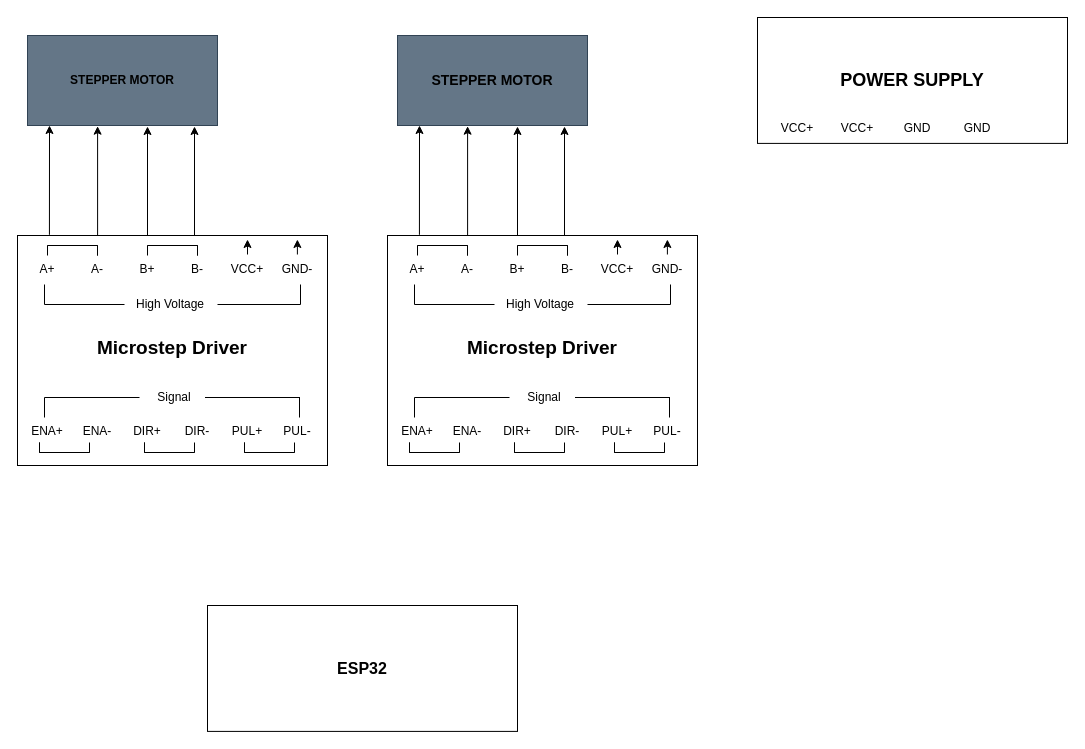
Earlier version of the draw.io diagram Stepper-Driver-Esp32 Circuit Diagram.drawio (DattBhatt/Draw.io). Source tidied: cells renumbered, new cells numbered last; positions are measured from the earlier drawing's top-left corner, leaving out a move shared by most shapes. Both pictures are drawn from the tidied source at 100%, with x=0, y=0 at pixel (17, 17).
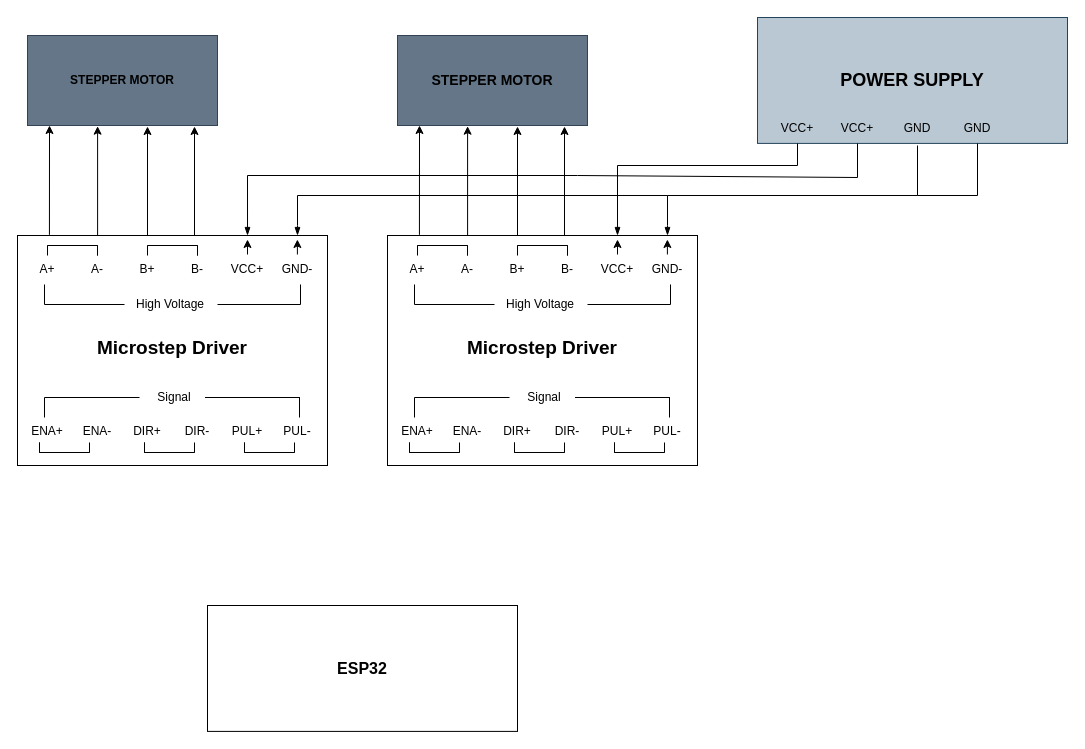
The same page after the edit.

The change refers to these unchanged cells:
```xml
<mxCell id="2" style="rounded=0;whiteSpace=wrap;html=1;fillColor=default;" parent="1" vertex="1">
  <mxGeometry y="218" width="310" height="230" as="geometry" />
</mxCell>
<mxCell id="73" style="rounded=0;whiteSpace=wrap;html=1;fillColor=default;" parent="1" vertex="1">
  <mxGeometry x="370" y="218" width="310" height="230" as="geometry" />
</mxCell>
<mxCell id="144" value="VCC+" style="text;html=1;align=center;verticalAlign=middle;whiteSpace=wrap;rounded=0;" parent="1" vertex="1">
  <mxGeometry x="750" y="96" width="60" height="30" as="geometry" />
</mxCell>
<mxCell id="145" value="VCC+" style="text;html=1;align=center;verticalAlign=middle;whiteSpace=wrap;rounded=0;" parent="1" vertex="1">
  <mxGeometry x="810" y="96" width="60" height="30" as="geometry" />
</mxCell>
<mxCell id="146" value="GND" style="text;html=1;align=center;verticalAlign=middle;whiteSpace=wrap;rounded=0;" parent="1" vertex="1">
  <mxGeometry x="930" y="96" width="60" height="30" as="geometry" />
</mxCell>
```

The edit, as a diff of the source:
```diff
@@
-    <mxCell id="143" value="&lt;font style=&quot;font-size: 18px;&quot;&gt;&lt;b style=&quot;&quot;&gt;POWER SUPPLY&lt;/b&gt;&lt;/font&gt;" style="rounded=0;whiteSpace=wrap;html=1;" parent="1" vertex="1">
+    <mxCell id="143" value="&lt;font style=&quot;font-size: 18px;&quot;&gt;&lt;b style=&quot;&quot;&gt;POWER SUPPLY&lt;/b&gt;&lt;/font&gt;" style="rounded=0;whiteSpace=wrap;html=1;fillColor=#bac8d3;strokeColor=#23445d;" parent="1" vertex="1">
       <mxGeometry x="740" width="310" height="125.9" as="geometry" />
     </mxCell>
@@
+    <mxCell id="148" style="endArrow=none;html=1;rounded=0;startArrow=blockThin;startFill=1;strokeColor=light-dark(#000000,#FF0000);exitX=0.742;exitY=0;exitDx=0;exitDy=0;exitPerimeter=0;" parent="1" edge="1" source="73">
+      <mxGeometry relative="1" as="geometry">
+        <mxPoint x="600" y="148" as="targetPoint" />
+        <Array as="points">
+          <mxPoint x="600" y="178" />
+        </Array>
+      </mxGeometry>
+    </mxCell>
+    <mxCell id="149" style="endArrow=none;html=1;rounded=0;strokeColor=light-dark(#000000,#FF0000);" parent="1" edge="1">
+      <mxGeometry relative="1" as="geometry">
+        <mxPoint x="780" y="148" as="sourcePoint" />
+        <mxPoint x="600" y="148" as="targetPoint" />
+      </mxGeometry>
+    </mxCell>
+    <mxCell id="150" style="endArrow=none;html=1;rounded=0;entryX=0.5;entryY=1;entryDx=0;entryDy=0;strokeColor=light-dark(#000000,#FF0000);" parent="1" edge="1" target="144">
+      <mxGeometry relative="1" as="geometry">
+        <mxPoint x="780" y="148" as="sourcePoint" />
+      </mxGeometry>
+    </mxCell>
+    <mxCell id="151" style="endArrow=none;html=1;rounded=0;startArrow=blockThin;startFill=1;strokeColor=light-dark(#000000,#000000);align=center;verticalAlign=middle;fontFamily=Helvetica;fontSize=11;fontColor=default;labelBackgroundColor=default;" parent="1" edge="1">
+      <mxGeometry relative="1" as="geometry">
+        <mxPoint x="650" y="218" as="sourcePoint" />
+        <mxPoint x="650" y="178" as="targetPoint" />
+        <Array as="points">
+          <mxPoint x="650" y="208" />
+        </Array>
+      </mxGeometry>
+    </mxCell>
+    <mxCell id="152" style="endArrow=none;html=1;rounded=0;strokeColor=light-dark(#000000,#000000);align=center;verticalAlign=middle;fontFamily=Helvetica;fontSize=11;fontColor=default;labelBackgroundColor=default;" parent="1" edge="1">
+      <mxGeometry relative="1" as="geometry">
+        <mxPoint x="900" y="178" as="sourcePoint" />
+        <mxPoint x="650" y="178" as="targetPoint" />
+      </mxGeometry>
+    </mxCell>
+    <mxCell id="153" style="endArrow=none;html=1;rounded=0;strokeColor=light-dark(#000000,#000000);" parent="1" edge="1">
+      <mxGeometry relative="1" as="geometry">
+        <mxPoint x="900" y="178" as="sourcePoint" />
+        <mxPoint x="900" y="128" as="targetPoint" />
+      </mxGeometry>
+    </mxCell>
+    <mxCell id="154" style="endArrow=none;html=1;rounded=0;strokeColor=light-dark(#000000,#FF0000);" parent="1" edge="1">
+      <mxGeometry relative="1" as="geometry">
+        <mxPoint x="840" y="160" as="sourcePoint" />
+        <mxPoint x="560" y="158" as="targetPoint" />
+      </mxGeometry>
+    </mxCell>
+    <mxCell id="155" style="endArrow=none;html=1;rounded=0;entryX=0.5;entryY=1;entryDx=0;entryDy=0;strokeColor=light-dark(#000000,#FF0000);" parent="1" edge="1" target="145">
+      <mxGeometry relative="1" as="geometry">
+        <mxPoint x="840" y="160" as="sourcePoint" />
+      </mxGeometry>
+    </mxCell>
+    <mxCell id="156" style="endArrow=none;html=1;rounded=0;strokeColor=light-dark(#000000,#FF0000);" parent="1" edge="1">
+      <mxGeometry relative="1" as="geometry">
+        <mxPoint x="560" y="158" as="sourcePoint" />
+        <mxPoint x="230" y="158" as="targetPoint" />
+      </mxGeometry>
+    </mxCell>
+    <mxCell id="157" style="endArrow=none;html=1;rounded=0;strokeColor=light-dark(#000000,#FF0000);exitX=0.742;exitY=0;exitDx=0;exitDy=0;exitPerimeter=0;startArrow=blockThin;startFill=1;" parent="1" edge="1" source="2">
+      <mxGeometry relative="1" as="geometry">
+        <mxPoint x="230" y="158" as="targetPoint" />
+      </mxGeometry>
+    </mxCell>
+    <mxCell id="158" style="endArrow=none;html=1;rounded=0;startArrow=blockThin;startFill=1;strokeColor=light-dark(#000000,#000000);align=center;verticalAlign=middle;fontFamily=Helvetica;fontSize=11;fontColor=default;labelBackgroundColor=default;" parent="1" edge="1">
+      <mxGeometry relative="1" as="geometry">
+        <mxPoint x="280" y="218" as="sourcePoint" />
+        <mxPoint x="280" y="178" as="targetPoint" />
+        <Array as="points">
+          <mxPoint x="280" y="208" />
+        </Array>
+      </mxGeometry>
+    </mxCell>
+    <mxCell id="159" style="endArrow=none;html=1;rounded=0;strokeColor=light-dark(#000000,#000000);align=center;verticalAlign=middle;fontFamily=Helvetica;fontSize=11;fontColor=default;labelBackgroundColor=default;" parent="1" edge="1">
+      <mxGeometry relative="1" as="geometry">
+        <mxPoint x="650" y="178" as="sourcePoint" />
+        <mxPoint x="280" y="178" as="targetPoint" />
+      </mxGeometry>
+    </mxCell>
+    <mxCell id="160" style="endArrow=none;html=1;rounded=0;strokeColor=light-dark(#000000,#000000);align=center;verticalAlign=middle;fontFamily=Helvetica;fontSize=11;fontColor=default;labelBackgroundColor=default;" parent="1" edge="1">
+      <mxGeometry relative="1" as="geometry">
+        <mxPoint x="900" y="178" as="sourcePoint" />
+        <mxPoint x="960" y="178" as="targetPoint" />
+      </mxGeometry>
+    </mxCell>
+    <mxCell id="161" style="endArrow=none;html=1;rounded=0;strokeColor=light-dark(#000000,#000000);align=center;verticalAlign=middle;fontFamily=Helvetica;fontSize=11;fontColor=default;labelBackgroundColor=default;exitX=0.5;exitY=1;exitDx=0;exitDy=0;" parent="1" edge="1" source="146">
+      <mxGeometry relative="1" as="geometry">
+        <mxPoint x="960" y="178" as="targetPoint" />
+      </mxGeometry>
+    </mxCell>
```
